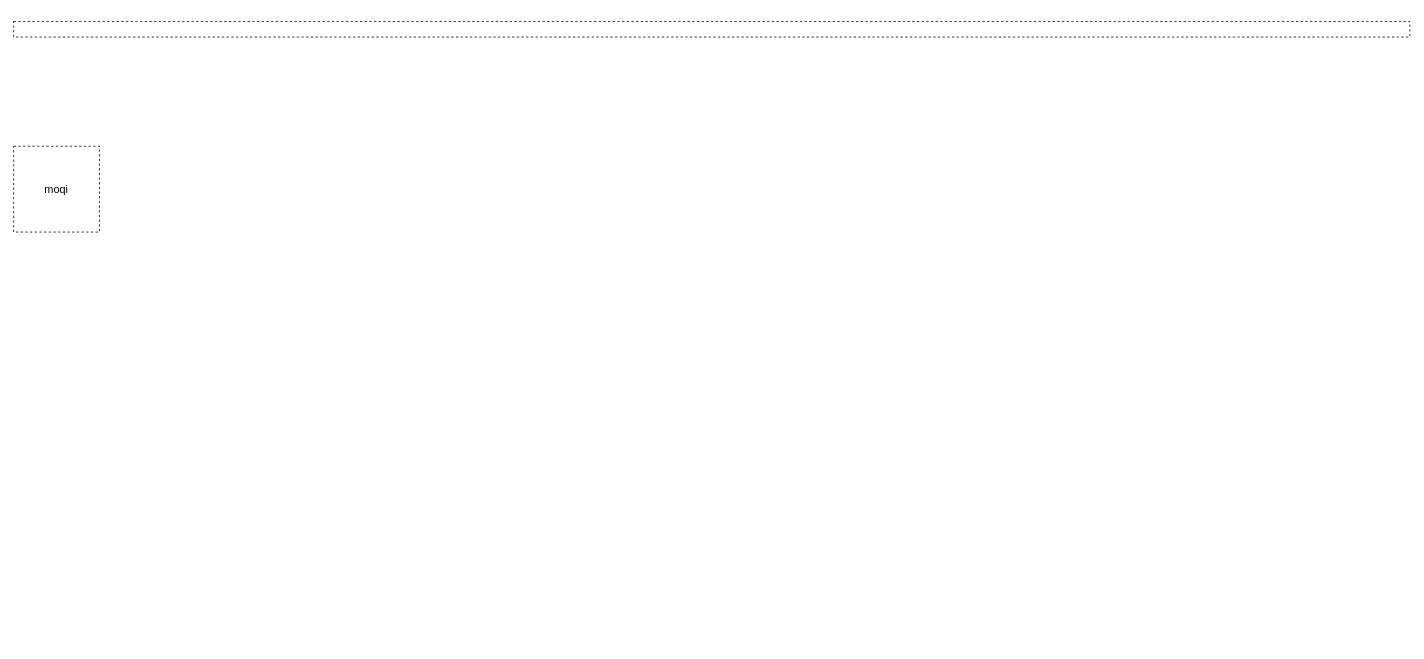
The draw.io diagram page "第 4 页" (4 of 4) of drawio/未命名绘图.drawio in Guyiguang/-DrawIO, before the edit. Source tidied: cells renumbered, new cells numbered last; positions are measured from the earlier drawing's top-left corner, leaving out a move shared by most shapes. Both pictures are drawn from the tidied source at 78%, with x=0, y=0 at pixel (13, 21).
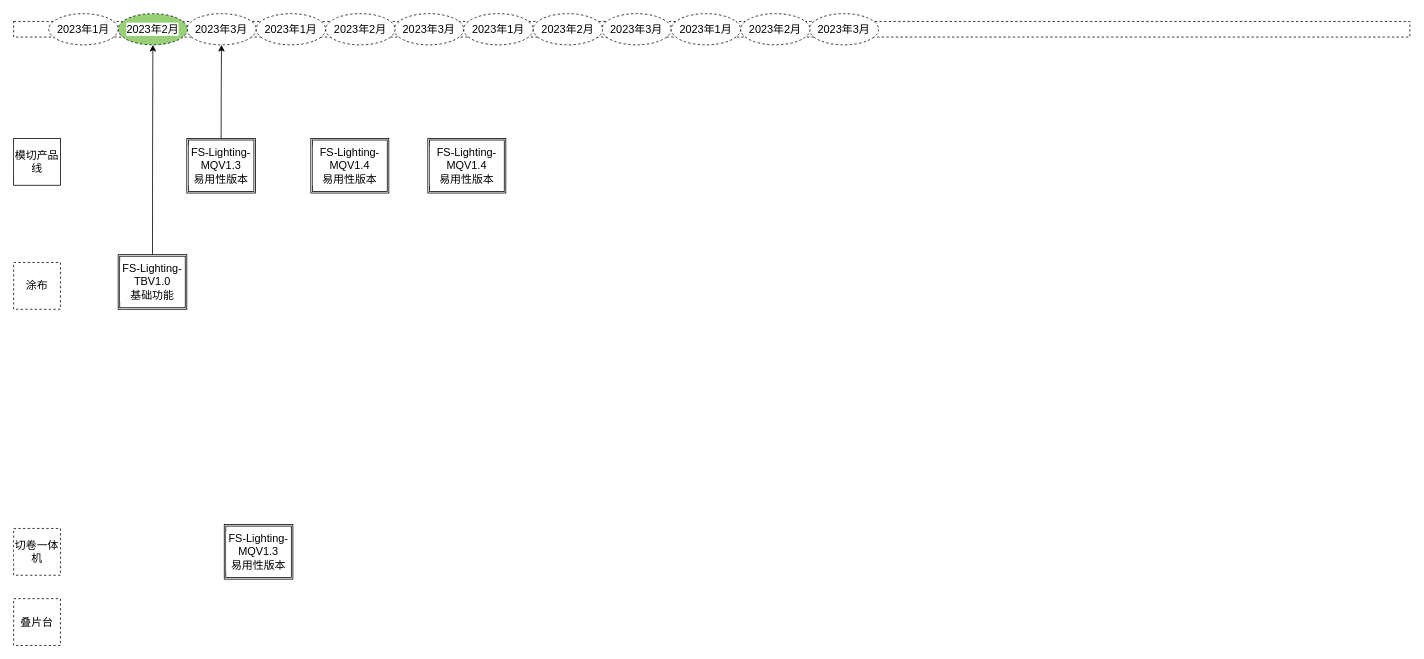
Above is the later version.

Commit message (it also covers changes not shown here):
更新未命名绘图.drawio

Diff of the diagram source:
```diff
@@
-    <mxCell id="3" value="moqi" style="whiteSpace=wrap;html=1;dashed=1;labelBackgroundColor=#FFFFFF;fontFamily=Helvetica;fontSize=14;fontColor=#000000;fillColor=#FFFFFF;" parent="1" vertex="1">
-      <mxGeometry y="160" width="110" height="110" as="geometry" />
+    <mxCell id="3" value="模切产品线" style="whiteSpace=wrap;html=1;labelBackgroundColor=#FFFFFF;fontFamily=Helvetica;fontSize=14;fontColor=#000000;fillColor=#FFFFFF;" parent="1" vertex="1">
+      <mxGeometry y="150" width="60" height="60" as="geometry" />
     </mxCell>
+    <mxCell id="4" style="edgeStyle=orthogonalEdgeStyle;curved=1;rounded=0;jettySize=auto;html=1;exitX=0.5;exitY=0;exitDx=0;exitDy=0;entryX=0.5;entryY=1;entryDx=0;entryDy=0;fontFamily=Helvetica;fontSize=14;fontColor=#000000;endArrow=classic;endFill=1;" parent="1" edge="1" source="5" target="6">
+      <mxGeometry relative="1" as="geometry" />
+    </mxCell>
+    <mxCell id="5" value="FS-Lighting-MQV1.3&lt;br&gt;易用性版本" style="shape=ext;double=1;rounded=0;whiteSpace=wrap;html=1;labelBackgroundColor=#FFFFFF;fontFamily=Helvetica;fontSize=14;fontColor=#000000;fillColor=#FFFFFF;" parent="1" vertex="1">
+      <mxGeometry x="222" y="150" width="88" height="70" as="geometry" />
+    </mxCell>
+    <mxCell id="6" value="2023年3月" style="ellipse;whiteSpace=wrap;html=1;dashed=1;labelBackgroundColor=#FFFFFF;fontFamily=Helvetica;fontSize=14;fontColor=#000000;fillColor=#FFFFFF;" parent="1" vertex="1">
+      <mxGeometry x="222" y="-10" width="89" height="40" as="geometry" />
+    </mxCell>
+    <mxCell id="7" value="FS-Lighting-MQV1.4&lt;br&gt;易用性版本" style="shape=ext;double=1;rounded=0;whiteSpace=wrap;html=1;labelBackgroundColor=#FFFFFF;fontFamily=Helvetica;fontSize=14;fontColor=#000000;fillColor=#FFFFFF;" parent="1" vertex="1">
+      <mxGeometry x="381" y="150" width="100" height="70" as="geometry" />
+    </mxCell>
+    <mxCell id="8" value="FS-Lighting-MQV1.4&lt;br&gt;易用性版本" style="shape=ext;double=1;rounded=0;whiteSpace=wrap;html=1;labelBackgroundColor=#FFFFFF;fontFamily=Helvetica;fontSize=14;fontColor=#000000;fillColor=#FFFFFF;" parent="1" vertex="1">
+      <mxGeometry x="531" y="150" width="100" height="70" as="geometry" />
+    </mxCell>
+    <mxCell id="9" value="切卷一体机" style="whiteSpace=wrap;html=1;dashed=1;labelBackgroundColor=#FFFFFF;fontFamily=Helvetica;fontSize=14;fontColor=#000000;fillColor=#FFFFFF;" parent="1" vertex="1">
+      <mxGeometry y="650" width="60" height="60" as="geometry" />
+    </mxCell>
+    <mxCell id="10" value="FS-Lighting-MQV1.3&lt;br&gt;易用性版本" style="shape=ext;double=1;rounded=0;whiteSpace=wrap;html=1;labelBackgroundColor=#FFFFFF;fontFamily=Helvetica;fontSize=14;fontColor=#000000;fillColor=#FFFFFF;" parent="1" vertex="1">
+      <mxGeometry x="270" y="645" width="88" height="70" as="geometry" />
+    </mxCell>
+    <mxCell id="11" value="涂布" style="whiteSpace=wrap;html=1;dashed=1;labelBackgroundColor=#FFFFFF;fontFamily=Helvetica;fontSize=14;fontColor=#000000;fillColor=#FFFFFF;" parent="1" vertex="1">
+      <mxGeometry y="309" width="60" height="60" as="geometry" />
+    </mxCell>
+    <mxCell id="12" value="叠片台" style="whiteSpace=wrap;html=1;dashed=1;labelBackgroundColor=#FFFFFF;fontFamily=Helvetica;fontSize=14;fontColor=#000000;fillColor=#FFFFFF;" parent="1" vertex="1">
+      <mxGeometry y="740" width="60" height="60" as="geometry" />
+    </mxCell>
+    <mxCell id="13" style="edgeStyle=orthogonalEdgeStyle;curved=1;rounded=0;jettySize=auto;html=1;exitX=0.5;exitY=0;exitDx=0;exitDy=0;entryX=0.5;entryY=1;entryDx=0;entryDy=0;fontFamily=Helvetica;fontSize=14;fontColor=#000000;endArrow=classic;endFill=1;" parent="1" edge="1" source="14" target="15">
+      <mxGeometry relative="1" as="geometry" />
+    </mxCell>
+    <mxCell id="14" value="FS-Lighting-TBV1.0&lt;br&gt;基础功能" style="shape=ext;double=1;rounded=0;whiteSpace=wrap;html=1;labelBackgroundColor=#FFFFFF;fontFamily=Helvetica;fontSize=14;fontColor=#000000;fillColor=#FFFFFF;" parent="1" vertex="1">
+      <mxGeometry x="134" y="299" width="88" height="70" as="geometry" />
+    </mxCell>
+    <mxCell id="15" value="2023年2月" style="ellipse;whiteSpace=wrap;html=1;dashed=1;labelBackgroundColor=#FFFFFF;fontFamily=Helvetica;fontSize=14;fontColor=#000000;fillColor=#97D077;" parent="1" vertex="1">
+      <mxGeometry x="134" y="-10" width="89" height="40" as="geometry" />
+    </mxCell>
+    <mxCell id="16" value="2023年1月" style="ellipse;whiteSpace=wrap;html=1;dashed=1;labelBackgroundColor=#FFFFFF;fontFamily=Helvetica;fontSize=14;fontColor=#000000;fillColor=#FFFFFF;" parent="1" vertex="1">
+      <mxGeometry x="45" y="-10" width="89" height="40" as="geometry" />
+    </mxCell>
+    <mxCell id="17" value="2023年3月" style="ellipse;whiteSpace=wrap;html=1;dashed=1;labelBackgroundColor=#FFFFFF;fontFamily=Helvetica;fontSize=14;fontColor=#000000;fillColor=#FFFFFF;" parent="1" vertex="1">
+      <mxGeometry x="488" y="-10" width="89" height="40" as="geometry" />
+    </mxCell>
+    <mxCell id="18" value="2023年2月" style="ellipse;whiteSpace=wrap;html=1;dashed=1;labelBackgroundColor=#FFFFFF;fontFamily=Helvetica;fontSize=14;fontColor=#000000;fillColor=#FFFFFF;" parent="1" vertex="1">
+      <mxGeometry x="400" y="-10" width="89" height="40" as="geometry" />
+    </mxCell>
+    <mxCell id="19" value="2023年1月" style="ellipse;whiteSpace=wrap;html=1;dashed=1;labelBackgroundColor=#FFFFFF;fontFamily=Helvetica;fontSize=14;fontColor=#000000;fillColor=#FFFFFF;" parent="1" vertex="1">
+      <mxGeometry x="311" y="-10" width="89" height="40" as="geometry" />
+    </mxCell>
+    <mxCell id="20" value="2023年3月" style="ellipse;whiteSpace=wrap;html=1;dashed=1;labelBackgroundColor=#FFFFFF;fontFamily=Helvetica;fontSize=14;fontColor=#000000;fillColor=#FFFFFF;" parent="1" vertex="1">
+      <mxGeometry x="754" y="-10" width="89" height="40" as="geometry" />
+    </mxCell>
+    <mxCell id="21" value="2023年2月" style="ellipse;whiteSpace=wrap;html=1;dashed=1;labelBackgroundColor=#FFFFFF;fontFamily=Helvetica;fontSize=14;fontColor=#000000;fillColor=#FFFFFF;" parent="1" vertex="1">
+      <mxGeometry x="666" y="-10" width="89" height="40" as="geometry" />
+    </mxCell>
+    <mxCell id="22" value="2023年1月" style="ellipse;whiteSpace=wrap;html=1;dashed=1;labelBackgroundColor=#FFFFFF;fontFamily=Helvetica;fontSize=14;fontColor=#000000;fillColor=#FFFFFF;" parent="1" vertex="1">
+      <mxGeometry x="577" y="-10" width="89" height="40" as="geometry" />
+    </mxCell>
+    <mxCell id="23" value="2023年3月" style="ellipse;whiteSpace=wrap;html=1;dashed=1;labelBackgroundColor=#FFFFFF;fontFamily=Helvetica;fontSize=14;fontColor=#000000;fillColor=#FFFFFF;" parent="1" vertex="1">
+      <mxGeometry x="1020" y="-10" width="89" height="40" as="geometry" />
+    </mxCell>
+    <mxCell id="24" value="2023年2月" style="ellipse;whiteSpace=wrap;html=1;dashed=1;labelBackgroundColor=#FFFFFF;fontFamily=Helvetica;fontSize=14;fontColor=#000000;fillColor=#FFFFFF;" parent="1" vertex="1">
+      <mxGeometry x="932" y="-10" width="89" height="40" as="geometry" />
+    </mxCell>
+    <mxCell id="25" value="2023年1月" style="ellipse;whiteSpace=wrap;html=1;dashed=1;labelBackgroundColor=#FFFFFF;fontFamily=Helvetica;fontSize=14;fontColor=#000000;fillColor=#FFFFFF;" parent="1" vertex="1">
+      <mxGeometry x="843" y="-10" width="89" height="40" as="geometry" />
+    </mxCell>
```
